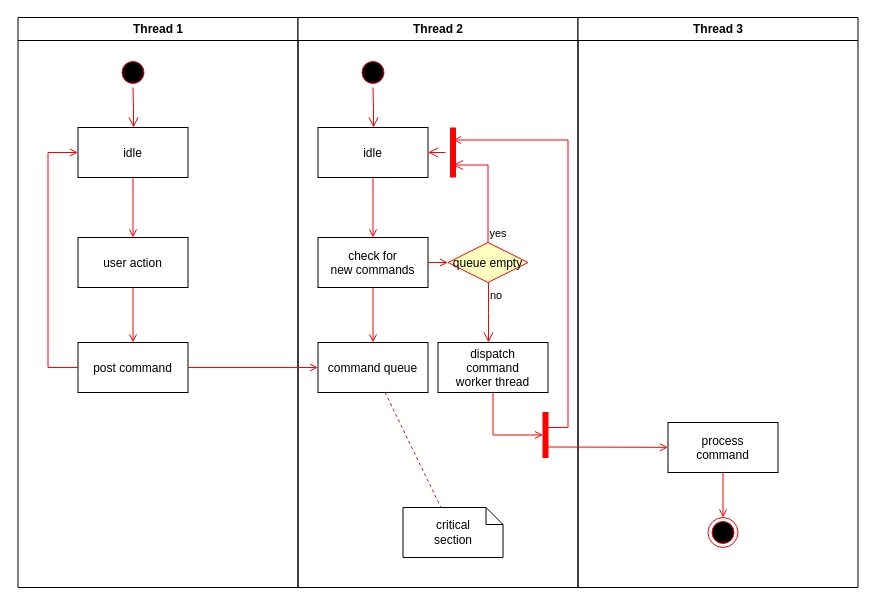
The draw.io diagram ActivityDiagram.drawio in WSQD3Chimp/General-Studies, before the edit. Source tidied: cells renumbered, new cells numbered last; positions are measured from the earlier drawing's top-left corner, leaving out a move shared by most shapes. Both pictures are drawn from the tidied source at 100%, with x=0, y=0 at pixel (17, 17).
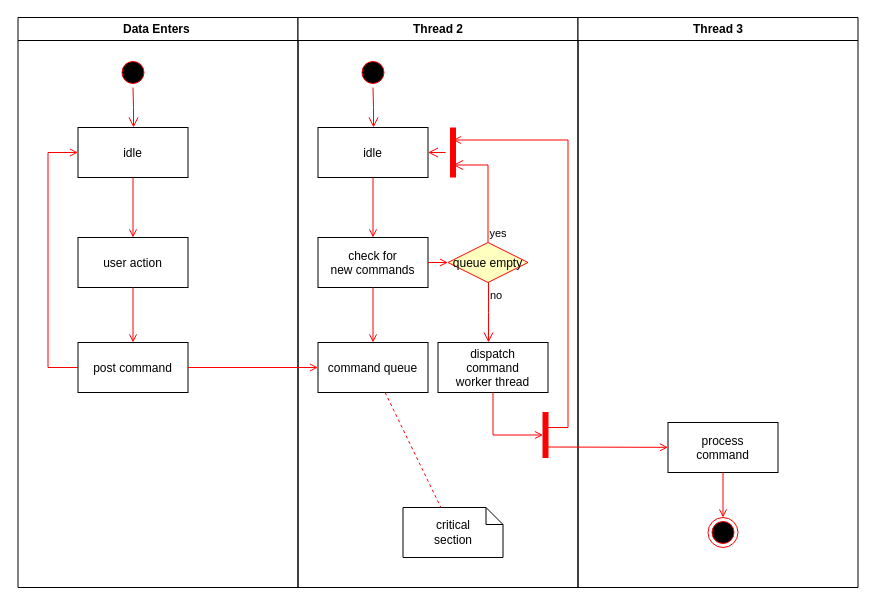
The same page after the edit.

Diff of the diagram source:
```diff
@@
-    <mxCell id="2" value="Thread 1" style="swimlane;whiteSpace=wrap;" parent="1" vertex="1">
+    <mxCell id="2" value="Data Enters " style="swimlane;whiteSpace=wrap;" parent="1" vertex="1">
       <mxGeometry x="0.5" width="280" height="570" as="geometry" />
     </mxCell>
```
